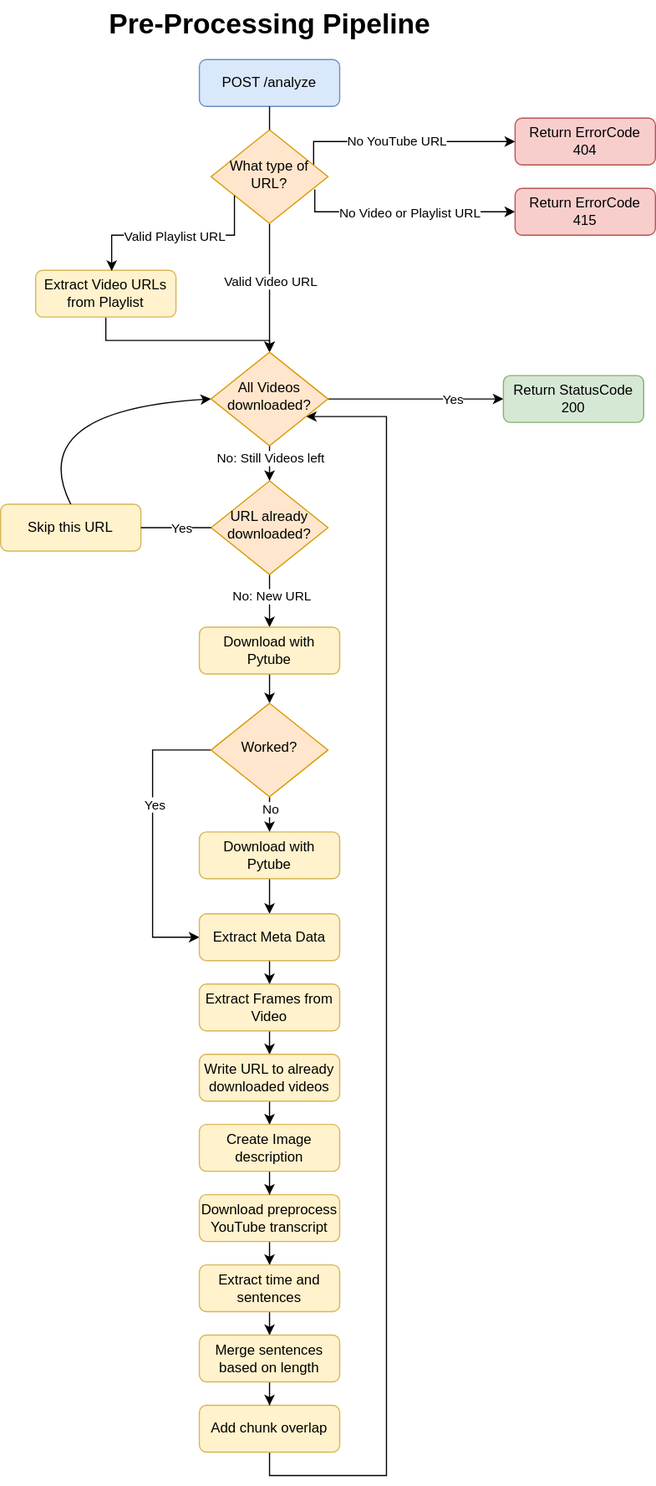
Before: media/images/pre-processing-pipeline.svg, a diagram exported from draw.io (dneumnn/AcademicChatBot). Source tidied: cells renumbered, new cells last; positions are measured from the earlier drawing's top-left corner, leaving out a move shared by most shapes.
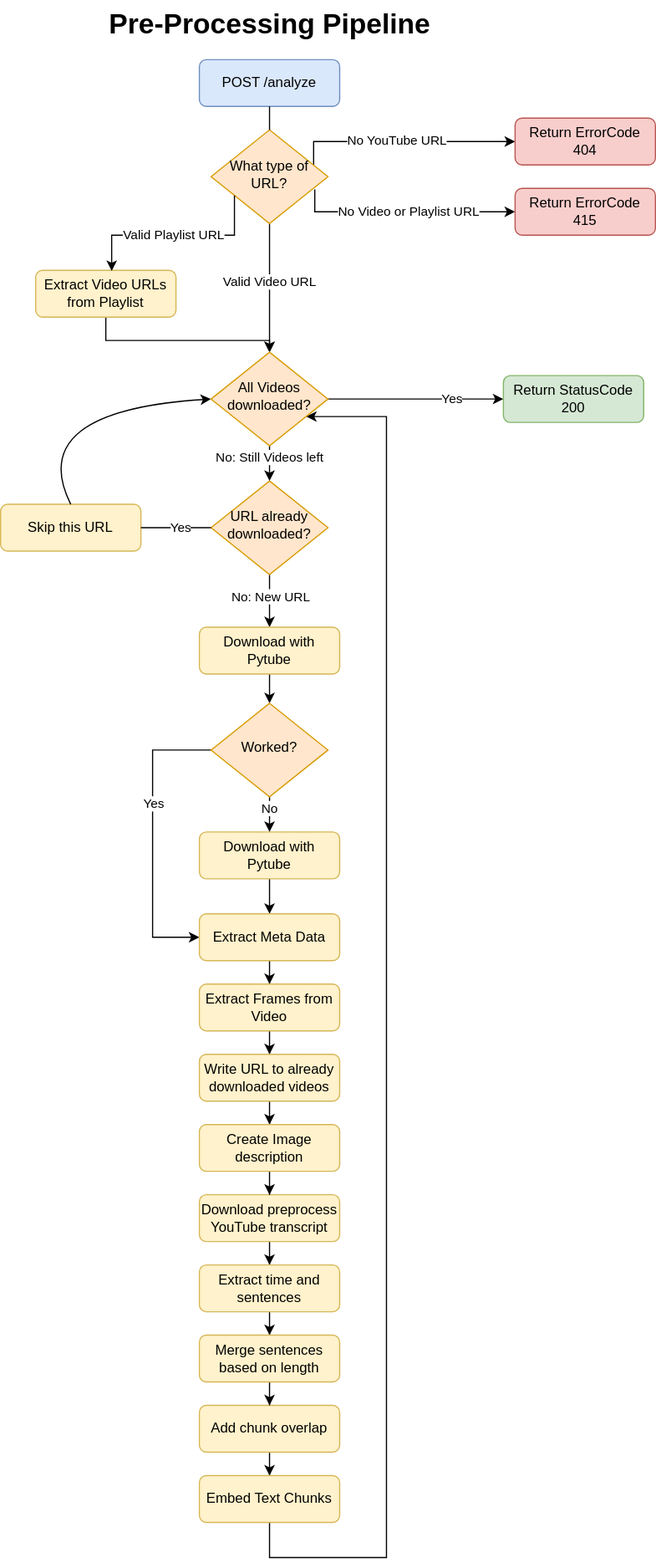
The same file after the commit.

Commit message:
Update media images for embedding step for pre-processing pipeline

What changed in the source:
```diff
@@ -68,15 +68,18 @@
     <mxCell id="17" value="URL already downloaded?" style="rhombus;whiteSpace=wrap;html=1;shadow=0;fontFamily=Helvetica;fontSize=12;align=center;strokeWidth=1;spacing=6;spacingTop=-4;fillColor=#ffe6cc;strokeColor=#d79b00;" parent="1" vertex="1">
       <mxGeometry x="180" y="410" width="100" height="80" as="geometry" />
     </mxCell>
-    <mxCell id="18" style="edgeStyle=orthogonalEdgeStyle;rounded=0;jettySize=auto;html=1;exitX=0.5;exitY=1;exitDx=0;exitDy=0;" parent="1" edge="1" source="19" target="28">
+    <mxCell id="18" style="edgeStyle=orthogonalEdgeStyle;rounded=0;jettySize=auto;html=1;exitX=0.5;exitY=1;exitDx=0;exitDy=0;" parent="1" edge="1" source="57" target="28">
       <mxGeometry relative="1" as="geometry">
         <Array as="points">
-          <mxPoint x="230" y="1260" />
-          <mxPoint x="330" y="1260" />
+          <mxPoint x="230" y="1330" />
+          <mxPoint x="330" y="1330" />
           <mxPoint x="330" y="355" />
         </Array>
       </mxGeometry>
     </mxCell>
+    <mxCell id="56" style="edgeStyle=orthogonalEdgeStyle;rounded=0;jettySize=auto;html=1;" parent="1" edge="1" source="19" target="57">
+      <mxGeometry relative="1" as="geometry" />
+    </mxCell>
     <mxCell id="19" value="Add chunk overlap" style="rounded=1;whiteSpace=wrap;html=1;fontSize=12;glass=0;strokeWidth=1;shadow=0;fillColor=#fff2cc;strokeColor=#d6b656;" parent="1" vertex="1">
       <mxGeometry x="170" y="1200" width="120" height="40" as="geometry" />
     </mxCell>
@@ -210,5 +213,8 @@
     <mxCell id="55" value="Create Image description" style="rounded=1;whiteSpace=wrap;html=1;fontSize=12;glass=0;strokeWidth=1;shadow=0;fillColor=#fff2cc;strokeColor=#d6b656;" parent="1" vertex="1">
       <mxGeometry x="170" y="960" width="120" height="40" as="geometry" />
     </mxCell>
+    <mxCell id="57" value="Embed Text Chunks" style="rounded=1;whiteSpace=wrap;html=1;fontSize=12;glass=0;strokeWidth=1;shadow=0;fillColor=#fff2cc;strokeColor=#d6b656;" parent="1" vertex="1">
+      <mxGeometry x="170" y="1260" width="120" height="40" as="geometry" />
+    </mxCell>
   </root>
 </mxGraphModel>
```
